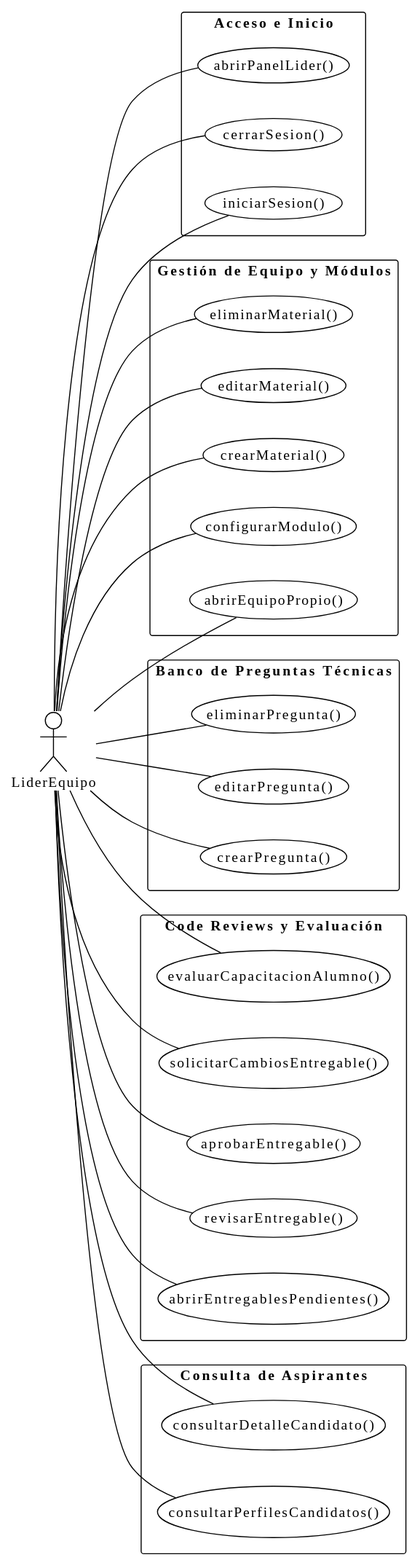
The PlantUML diagram images/RUP/01-requisitos/01-actores-casos-uso/actoresCasosUsoLiderEquipo.svg in TheMoys/CTS-Academy, before a commit.
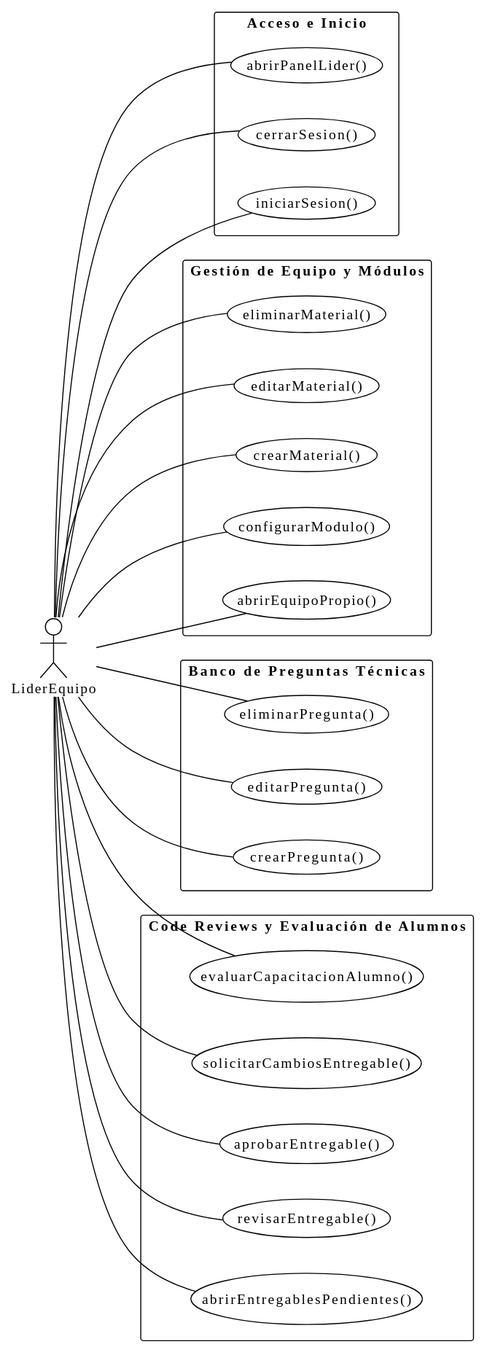
After the commit.

Diff of the diagram source:
```diff
@@ -25,7 +25,7 @@
   usecase eliminarPregunta as "eliminarPregunta()"
 }
 
-package "Code Reviews y Evaluación" {
+package "Code Reviews y Evaluación de Alumnos" {
   usecase abrirEntregablesPendientes as "abrirEntregablesPendientes()"
   usecase revisarEntregable as "revisarEntregable()"
   usecase aprobarEntregable as "aprobarEntregable()"
@@ -33,10 +33,6 @@
   usecase evaluarCapacitacionAlumno as "evaluarCapacitacionAlumno()"
 }
 
-package "Consulta de Aspirantes" {
-  usecase consultarPerfilesCandidatos as "consultarPerfilesCandidatos()"
-  usecase consultarDetalleCandidato as "consultarDetalleCandidato()"
-}
 
 LiderEquipo -- iniciarSesion
 LiderEquipo -- cerrarSesion
@@ -57,7 +53,4 @@
 LiderEquipo -- aprobarEntregable
 LiderEquipo -- solicitarCambiosEntregable
 LiderEquipo -- evaluarCapacitacionAlumno
-
-LiderEquipo -- consultarPerfilesCandidatos
-LiderEquipo -- consultarDetalleCandidato
 @enduml
```
